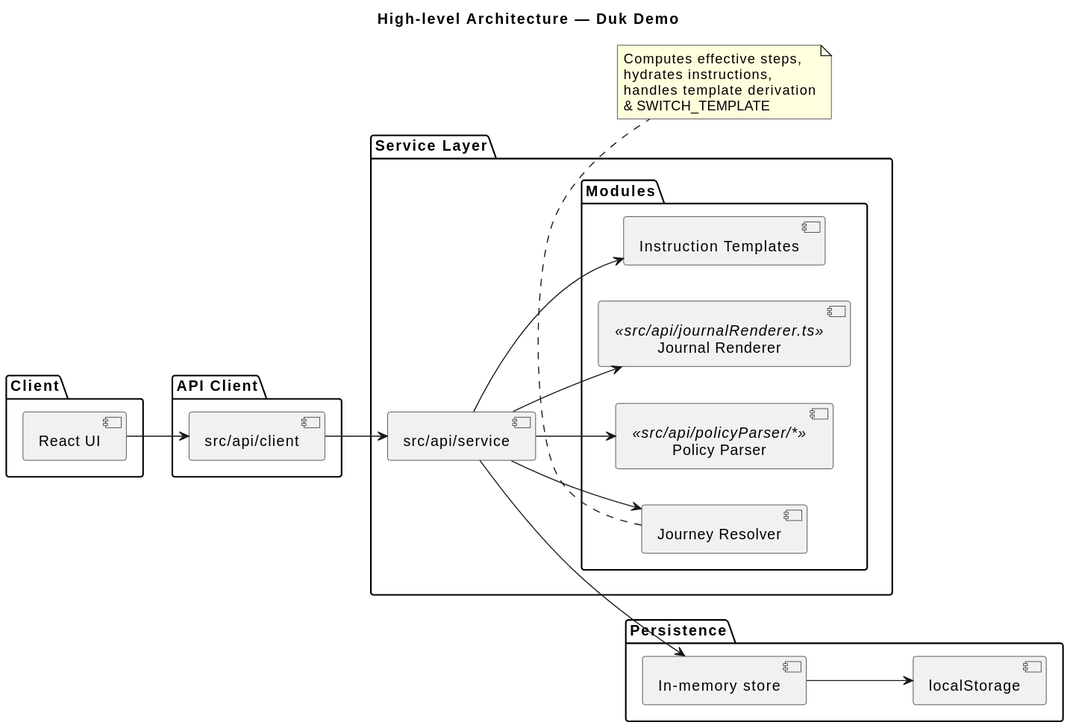
Above: docs/diagrams/high-level-architecture.svg in gforge/DUK (PlantUML), before the change.
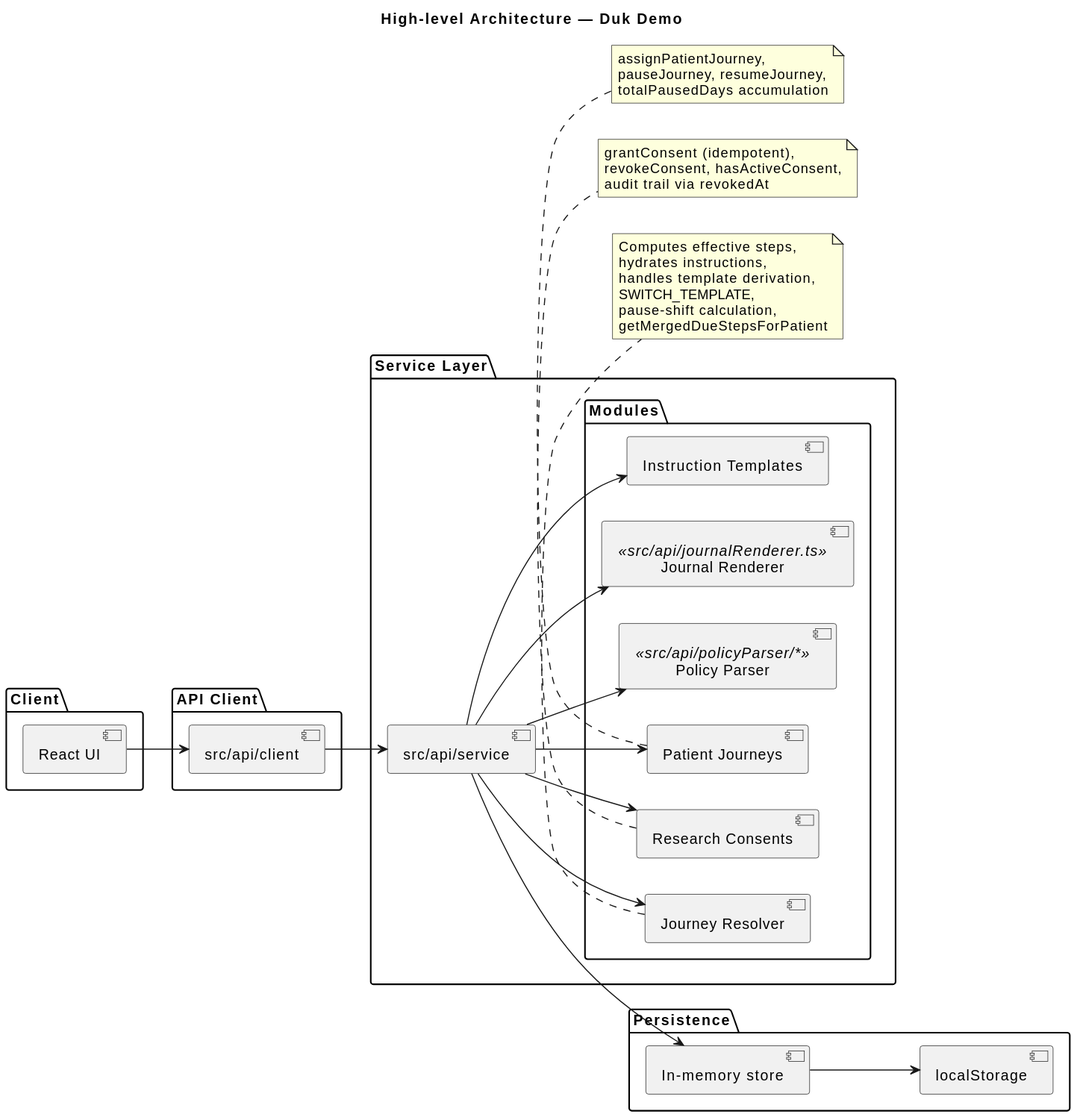
After the commit.

The edit, as a diff of the source:
```diff
@@ -19,6 +19,8 @@
     [Journal Renderer] <<src/api/journalRenderer.ts>>
     [Journey Resolver]
     [Instruction Templates]
+    [Research Consents]
+    [Patient Journeys]
   }
 }
 
@@ -33,13 +35,29 @@
 [src/api/service] --> [Journal Renderer]
 [src/api/service] --> [Journey Resolver]
 [src/api/service] --> [Instruction Templates]
+[src/api/service] --> [Research Consents]
+[src/api/service] --> [Patient Journeys]
 [src/api/service] --> [In-memory store]
 [In-memory store] --> [localStorage]
 
 note bottom of [Journey Resolver]
   Computes effective steps,
   hydrates instructions,
-  handles template derivation
-  & SWITCH_TEMPLATE
+  handles template derivation,
+  SWITCH_TEMPLATE,
+  pause-shift calculation,
+  getMergedDueStepsForPatient
+end note
+
+note bottom of [Research Consents]
+  grantConsent (idempotent),
+  revokeConsent, hasActiveConsent,
+  audit trail via revokedAt
+end note
+
+note bottom of [Patient Journeys]
+  assignPatientJourney,
+  pauseJourney, resumeJourney,
+  totalPausedDays accumulation
 end note
 @enduml
```
